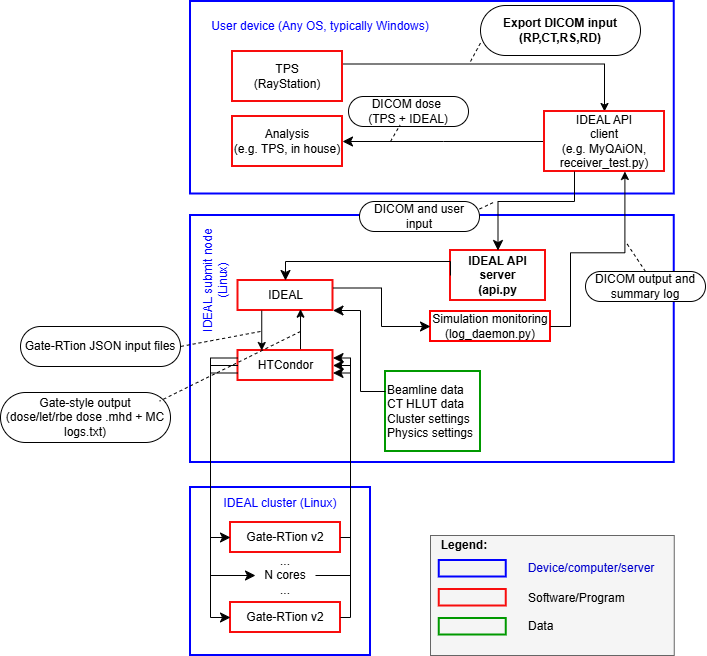
Above: docs/usage/IDEAL_api_workflow.png in OpenGATE/IDEAL (draw.io), before the change. Source tidied: cells renumbered, new cells last; positions are measured from the earlier drawing's top-left corner, leaving out a move shared by most shapes. Source of this version:
```xml
<mxGraphModel>
  <root>
    <mxCell id="0" />
    <mxCell id="1" parent="0" />
    <mxCell id="2" style="rounded=0;whiteSpace=wrap;html=1;fillColor=#f5f5f5;fontColor=#333333;strokeColor=#666666;" parent="1" vertex="1">
      <mxGeometry x="430" y="534" width="243.8" height="120" as="geometry" />
    </mxCell>
    <mxCell id="3" style="rounded=0;whiteSpace=wrap;html=1;fillColor=none;strokeWidth=2;strokeColor=#0000FF;" parent="1" vertex="1">
      <mxGeometry x="190" y="486" width="180" height="168" as="geometry" />
    </mxCell>
    <mxCell id="4" style="rounded=0;whiteSpace=wrap;html=1;fillColor=none;strokeWidth=2;strokeColor=#0000FF;" parent="1" vertex="1">
      <mxGeometry x="190" y="214" width="483.8" height="247" as="geometry" />
    </mxCell>
    <mxCell id="5" style="rounded=0;whiteSpace=wrap;html=1;fillColor=none;strokeWidth=2;strokeColor=#0000FF;" parent="1" vertex="1">
      <mxGeometry x="190" width="483.8" height="192.5" as="geometry" />
    </mxCell>
    <mxCell id="6" style="edgeStyle=orthogonalEdgeStyle;rounded=0;jettySize=auto;html=1;exitX=1;exitY=0.25;exitDx=0;exitDy=0;entryX=0.5;entryY=0;entryDx=0;entryDy=0;" parent="1" edge="1" target="45">
      <mxGeometry relative="1" as="geometry">
        <mxPoint x="342" y="62.5" as="sourcePoint" />
      </mxGeometry>
    </mxCell>
    <mxCell id="7" value="TPS&lt;div&gt;(RayStation)&lt;/div&gt;" style="rounded=0;whiteSpace=wrap;html=1;strokeWidth=2;strokeColor=light-dark(#f80d0d, #ededed);" parent="1" vertex="1">
      <mxGeometry x="232" y="50" width="110" height="50" as="geometry" />
    </mxCell>
    <mxCell id="8" value="Analysis&lt;div&gt;(e.g. TPS, in house)&lt;/div&gt;" style="rounded=0;whiteSpace=wrap;html=1;strokeWidth=2;strokeColor=light-dark(#f80d0d, #ededed);" parent="1" vertex="1">
      <mxGeometry x="232" y="115" width="110" height="50" as="geometry" />
    </mxCell>
    <mxCell id="9" value="IDEAL" style="rounded=0;whiteSpace=wrap;html=1;strokeWidth=2;strokeColor=light-dark(#f80d0d, #ededed);" parent="1" vertex="1">
      <mxGeometry x="237.5" y="279" width="95" height="30" as="geometry" />
    </mxCell>
    <mxCell id="10" value="HTCondor" style="rounded=0;whiteSpace=wrap;html=1;strokeWidth=2;strokeColor=light-dark(#f80d0d, #ededed);" parent="1" vertex="1">
      <mxGeometry x="237.5" y="349" width="95" height="30" as="geometry" />
    </mxCell>
    <mxCell id="11" value="Gate-RTion v2" style="rounded=0;whiteSpace=wrap;html=1;strokeWidth=2;strokeColor=light-dark(#f80d0d, #ededed);" parent="1" vertex="1">
      <mxGeometry x="230" y="521" width="110" height="30" as="geometry" />
    </mxCell>
    <mxCell id="12" value="Gate-RTion v2" style="rounded=0;whiteSpace=wrap;html=1;strokeWidth=2;strokeColor=light-dark(#f80d0d, #ededed);" parent="1" vertex="1">
      <mxGeometry x="230" y="601" width="110" height="30" as="geometry" />
    </mxCell>
    <mxCell id="13" style="edgeStyle=elbowEdgeStyle;elbow=horizontal;endArrow=classic;html=1;curved=0;rounded=0;endSize=8;startSize=8;entryX=1;entryY=0.5;entryDx=0;entryDy=0;exitX=0;exitY=0.5;exitDx=0;exitDy=0;" parent="1" edge="1" source="45" target="8">
      <mxGeometry relative="1" as="geometry" />
    </mxCell>
    <mxCell id="14" value="Beamline data&lt;div&gt;CT HLUT data&lt;/div&gt;&lt;div&gt;Cluster settings&lt;/div&gt;&lt;div&gt;Physics settings&lt;/div&gt;" style="rounded=0;whiteSpace=wrap;html=1;fillColor=none;strokeWidth=2;strokeColor=#009900;align=left;" parent="1" vertex="1">
      <mxGeometry x="385" y="370" width="95" height="80" as="geometry" />
    </mxCell>
    <mxCell id="15" style="edgeStyle=elbowEdgeStyle;elbow=horizontal;endArrow=classic;html=1;curved=0;rounded=0;endSize=8;startSize=8;exitX=0;exitY=0.25;exitDx=0;exitDy=0;entryX=1;entryY=1;entryDx=0;entryDy=0;" parent="1" edge="1" source="14" target="9">
      <mxGeometry relative="1" as="geometry">
        <Array as="points">
          <mxPoint x="360" y="360" />
        </Array>
      </mxGeometry>
    </mxCell>
    <mxCell id="16" style="endArrow=classic;html=1;rounded=0;exitX=0.25;exitY=1;exitDx=0;exitDy=0;entryX=0.25;entryY=0;entryDx=0;entryDy=0;" parent="1" edge="1" source="9" target="10">
      <mxGeometry relative="1" as="geometry" />
    </mxCell>
    <mxCell id="17" style="endArrow=classic;html=1;rounded=0;entryX=0.658;entryY=0.956;entryDx=0;entryDy=0;entryPerimeter=0;" parent="1" edge="1" target="9">
      <mxGeometry relative="1" as="geometry">
        <mxPoint x="300" y="347.7" as="sourcePoint" />
      </mxGeometry>
    </mxCell>
    <mxCell id="18" value="...&lt;div&gt;N cores&lt;/div&gt;&lt;div&gt;...&lt;/div&gt;" style="text;html=1;whiteSpace=wrap;strokeColor=none;fillColor=none;align=center;verticalAlign=middle;rounded=0;" parent="1" vertex="1">
      <mxGeometry x="255" y="544" width="60" height="60" as="geometry" />
    </mxCell>
    <mxCell id="19" style="edgeStyle=elbowEdgeStyle;elbow=horizontal;endArrow=classic;html=1;curved=0;rounded=0;endSize=8;startSize=8;exitX=1;exitY=0.5;exitDx=0;exitDy=0;entryX=1;entryY=0.75;entryDx=0;entryDy=0;" parent="1" edge="1" source="11" target="10">
      <mxGeometry relative="1" as="geometry">
        <Array as="points">
          <mxPoint x="350" y="431" />
        </Array>
      </mxGeometry>
    </mxCell>
    <mxCell id="20" style="edgeStyle=elbowEdgeStyle;elbow=horizontal;endArrow=classic;html=1;curved=0;rounded=0;endSize=8;startSize=8;exitX=1;exitY=0.5;exitDx=0;exitDy=0;entryX=1;entryY=0.5;entryDx=0;entryDy=0;" parent="1" edge="1" source="18" target="10">
      <mxGeometry relative="1" as="geometry">
        <Array as="points">
          <mxPoint x="350" y="451" />
        </Array>
      </mxGeometry>
    </mxCell>
    <mxCell id="21" style="edgeStyle=elbowEdgeStyle;elbow=horizontal;endArrow=classic;html=1;curved=0;rounded=0;endSize=8;startSize=8;exitX=1;exitY=0.5;exitDx=0;exitDy=0;entryX=1;entryY=0.25;entryDx=0;entryDy=0;" parent="1" edge="1" source="12" target="10">
      <mxGeometry relative="1" as="geometry">
        <Array as="points">
          <mxPoint x="350" y="461" />
        </Array>
      </mxGeometry>
    </mxCell>
    <mxCell id="22" style="edgeStyle=elbowEdgeStyle;elbow=horizontal;endArrow=classic;html=1;curved=0;rounded=0;endSize=8;startSize=8;exitX=0;exitY=0.75;exitDx=0;exitDy=0;entryX=0;entryY=0.5;entryDx=0;entryDy=0;" parent="1" edge="1" source="10" target="11">
      <mxGeometry relative="1" as="geometry">
        <Array as="points">
          <mxPoint x="210" y="431" />
        </Array>
      </mxGeometry>
    </mxCell>
    <mxCell id="23" style="edgeStyle=elbowEdgeStyle;elbow=horizontal;endArrow=classic;html=1;curved=0;rounded=0;endSize=8;startSize=8;exitX=0;exitY=0.5;exitDx=0;exitDy=0;entryX=0;entryY=0.5;entryDx=0;entryDy=0;" parent="1" edge="1" source="10" target="18">
      <mxGeometry relative="1" as="geometry">
        <Array as="points">
          <mxPoint x="210" y="451" />
        </Array>
      </mxGeometry>
    </mxCell>
    <mxCell id="24" style="edgeStyle=elbowEdgeStyle;elbow=horizontal;endArrow=classic;html=1;curved=0;rounded=0;endSize=8;startSize=8;exitX=0;exitY=0.25;exitDx=0;exitDy=0;entryX=0;entryY=0.5;entryDx=0;entryDy=0;" parent="1" edge="1" source="10" target="12">
      <mxGeometry relative="1" as="geometry">
        <Array as="points">
          <mxPoint x="210" y="461" />
        </Array>
      </mxGeometry>
    </mxCell>
    <mxCell id="25" value="User device (Any OS, typically Windows)" style="text;html=1;whiteSpace=wrap;strokeColor=none;fillColor=none;align=center;verticalAlign=middle;rounded=0;fontColor=#0000FF;" parent="1" vertex="1">
      <mxGeometry x="200" y="10" width="240" height="30" as="geometry" />
    </mxCell>
    <mxCell id="26" value="&lt;span style=&quot;color: rgb(0, 0, 255);&quot;&gt;IDEAL submit node (Linux)&lt;/span&gt;" style="text;html=1;whiteSpace=wrap;strokeColor=none;fillColor=none;align=center;verticalAlign=middle;rounded=0;rotation=-90;" parent="1" vertex="1">
      <mxGeometry x="155" y="264" width="120" height="30" as="geometry" />
    </mxCell>
    <mxCell id="27" value="&lt;span style=&quot;color: rgb(0, 0, 255);&quot;&gt;IDEAL cluster (Linux)&lt;/span&gt;" style="text;html=1;whiteSpace=wrap;strokeColor=none;fillColor=none;align=center;verticalAlign=middle;rounded=0;rotation=0;" parent="1" vertex="1">
      <mxGeometry x="220" y="487" width="120" height="30" as="geometry" />
    </mxCell>
    <mxCell id="28" value="Gate-RTion JSON input files" style="rounded=1;whiteSpace=wrap;html=1;arcSize=50;" parent="1" vertex="1">
      <mxGeometry x="20" y="325" width="160" height="40" as="geometry" />
    </mxCell>
    <mxCell id="29" value="Gate-style output&lt;div&gt;(dose/let/rbe dose .mhd + MC logs.txt)&lt;/div&gt;" style="rounded=1;whiteSpace=wrap;html=1;arcSize=50;" parent="1" vertex="1">
      <mxGeometry y="391" width="170" height="50" as="geometry" />
    </mxCell>
    <mxCell id="30" value="DICOM dose&amp;nbsp;&lt;div&gt;(TPS + IDEAL)&lt;/div&gt;" style="rounded=1;whiteSpace=wrap;html=1;arcSize=50;" parent="1" vertex="1">
      <mxGeometry x="348" y="95" width="120" height="30" as="geometry" />
    </mxCell>
    <mxCell id="31" style="endArrow=none;dashed=1;html=1;rounded=0;entryX=1;entryY=0.5;entryDx=0;entryDy=0;" parent="1" edge="1" target="28">
      <mxGeometry relative="1" as="geometry">
        <mxPoint x="260" y="330" as="sourcePoint" />
      </mxGeometry>
    </mxCell>
    <mxCell id="32" style="endArrow=none;dashed=1;html=1;rounded=0;entryX=0.936;entryY=0.172;entryDx=0;entryDy=0;entryPerimeter=0;" parent="1" edge="1" target="29">
      <mxGeometry relative="1" as="geometry">
        <mxPoint x="300" y="330" as="sourcePoint" />
      </mxGeometry>
    </mxCell>
    <mxCell id="33" value="&lt;b&gt;Export DICOM input&lt;/b&gt;&lt;div&gt;&lt;b&gt;(RP,CT,RS,RD)&lt;/b&gt;&lt;/div&gt;" style="rounded=1;whiteSpace=wrap;html=1;arcSize=50;" parent="1" vertex="1">
      <mxGeometry x="480" y="4" width="160" height="50" as="geometry" />
    </mxCell>
    <mxCell id="34" style="endArrow=none;dashed=1;html=1;rounded=0;entryX=0;entryY=0.75;entryDx=0;entryDy=0;" parent="1" edge="1" target="33">
      <mxGeometry relative="1" as="geometry">
        <mxPoint x="470" y="60" as="sourcePoint" />
      </mxGeometry>
    </mxCell>
    <mxCell id="35" style="endArrow=none;dashed=1;html=1;rounded=0;entryX=0.429;entryY=0.956;entryDx=0;entryDy=0;entryPerimeter=0;" parent="1" edge="1" target="30">
      <mxGeometry relative="1" as="geometry">
        <mxPoint x="390" y="140" as="sourcePoint" />
      </mxGeometry>
    </mxCell>
    <mxCell id="36" value="&lt;b&gt;IDEAL API&lt;/b&gt;&lt;div&gt;&lt;b&gt;server&lt;/b&gt;&lt;/div&gt;&lt;div&gt;&lt;b&gt;(api.py&lt;/b&gt;&lt;/div&gt;" style="rounded=0;whiteSpace=wrap;html=1;strokeWidth=2;strokeColor=light-dark(#f80d0d, #ededed);rotation=0;" parent="1" vertex="1">
      <mxGeometry x="450" y="249" width="95" height="50" as="geometry" />
    </mxCell>
    <mxCell id="37" value="Simulation monitoring&lt;div&gt;(log_daemon.py)&lt;/div&gt;" style="rounded=0;whiteSpace=wrap;html=1;strokeWidth=2;strokeColor=#FF0000;" parent="1" vertex="1">
      <mxGeometry x="430" y="310" width="120" height="30" as="geometry" />
    </mxCell>
    <mxCell id="38" value="&amp;nbsp; &amp;nbsp; &amp;nbsp; &amp;nbsp;&amp;nbsp;" style="rounded=0;whiteSpace=wrap;html=1;fillColor=none;strokeWidth=2;strokeColor=#0000FF;" parent="1" vertex="1">
      <mxGeometry x="438.8" y="559" width="67" height="16.5" as="geometry" />
    </mxCell>
    <mxCell id="39" value="&lt;span style=&quot;color: rgb(0, 0, 204);&quot;&gt;Device/computer/server&lt;/span&gt;" style="text;html=1;whiteSpace=wrap;strokeColor=none;fillColor=none;align=center;verticalAlign=middle;rounded=0;" parent="1" vertex="1">
      <mxGeometry x="525.8" y="552" width="130" height="30" as="geometry" />
    </mxCell>
    <mxCell id="40" style="rounded=0;whiteSpace=wrap;html=1;strokeWidth=2;strokeColor=light-dark(#f80d0d, #ededed);fillColor=none;" parent="1" vertex="1">
      <mxGeometry x="438.8" y="588" width="67" height="16.5" as="geometry" />
    </mxCell>
    <mxCell id="41" value="Software/Program" style="text;html=1;whiteSpace=wrap;strokeColor=none;fillColor=none;align=left;verticalAlign=middle;rounded=0;" parent="1" vertex="1">
      <mxGeometry x="525.8" y="582.2" width="120" height="30" as="geometry" />
    </mxCell>
    <mxCell id="42" style="rounded=0;whiteSpace=wrap;html=1;fillColor=none;strokeWidth=2;strokeColor=#009900;align=left;" parent="1" vertex="1">
      <mxGeometry x="438.8" y="617" width="67" height="16.5" as="geometry" />
    </mxCell>
    <mxCell id="43" value="Data" style="text;html=1;whiteSpace=wrap;strokeColor=none;fillColor=none;align=left;verticalAlign=middle;rounded=0;" parent="1" vertex="1">
      <mxGeometry x="525.8" y="610.2" width="120" height="30" as="geometry" />
    </mxCell>
    <mxCell id="44" value="&lt;b&gt;Legend:&lt;/b&gt;" style="text;html=1;whiteSpace=wrap;strokeColor=none;fillColor=none;align=center;verticalAlign=middle;rounded=0;" parent="1" vertex="1">
      <mxGeometry x="433.8" y="529" width="60" height="30" as="geometry" />
    </mxCell>
    <mxCell id="45" value="IDEAL API&lt;div&gt;client&lt;/div&gt;&lt;div&gt;(e.g. MyQAiON, receiver_test.py)&lt;/div&gt;" style="rounded=0;whiteSpace=wrap;html=1;strokeWidth=2;strokeColor=light-dark(#f80d0d, #ededed);" parent="1" vertex="1">
      <mxGeometry x="544" y="110" width="120" height="60" as="geometry" />
    </mxCell>
    <mxCell id="46" style="edgeStyle=elbowEdgeStyle;elbow=vertical;endArrow=classic;html=1;curved=0;rounded=0;endSize=8;startSize=8;exitX=0.25;exitY=1;exitDx=0;exitDy=0;entryX=0.5;entryY=0;entryDx=0;entryDy=0;" parent="1" edge="1" source="45" target="36">
      <mxGeometry relative="1" as="geometry">
        <Array as="points">
          <mxPoint x="540" y="200" />
        </Array>
      </mxGeometry>
    </mxCell>
    <mxCell id="47" style="edgeStyle=elbowEdgeStyle;elbow=vertical;endArrow=classic;html=1;curved=0;rounded=0;endSize=8;startSize=8;entryX=0.5;entryY=0;entryDx=0;entryDy=0;exitX=0;exitY=0.5;exitDx=0;exitDy=0;" parent="1" edge="1" source="36" target="9">
      <mxGeometry relative="1" as="geometry">
        <Array as="points">
          <mxPoint x="310" y="260" />
        </Array>
      </mxGeometry>
    </mxCell>
    <mxCell id="48" style="edgeStyle=elbowEdgeStyle;elbow=horizontal;endArrow=classic;html=1;curved=0;rounded=0;endSize=8;startSize=8;exitX=1;exitY=0.25;exitDx=0;exitDy=0;" parent="1" edge="1" source="9" target="37">
      <mxGeometry relative="1" as="geometry" />
    </mxCell>
    <mxCell id="49" style="edgeStyle=orthogonalEdgeStyle;rounded=0;jettySize=auto;html=1;entryX=0.898;entryY=0.883;entryDx=0;entryDy=0;entryPerimeter=0;exitX=1;exitY=0.5;exitDx=0;exitDy=0;" parent="1" edge="1" source="37" target="5">
      <mxGeometry relative="1" as="geometry" />
    </mxCell>
    <mxCell id="50" value="DICOM and user input" style="rounded=1;whiteSpace=wrap;html=1;arcSize=50;" parent="1" vertex="1">
      <mxGeometry x="359" y="200" width="120" height="30" as="geometry" />
    </mxCell>
    <mxCell id="51" value="DICOM output and summary log" style="rounded=1;whiteSpace=wrap;html=1;arcSize=50;" parent="1" vertex="1">
      <mxGeometry x="585" y="270" width="120" height="30" as="geometry" />
    </mxCell>
    <mxCell id="52" style="endArrow=none;dashed=1;html=1;rounded=0;exitX=0.5;exitY=0;exitDx=0;exitDy=0;" parent="1" edge="1" source="51">
      <mxGeometry relative="1" as="geometry">
        <mxPoint x="625" y="240" as="targetPoint" />
      </mxGeometry>
    </mxCell>
    <mxCell id="53" style="endArrow=none;dashed=1;html=1;rounded=0;exitX=1;exitY=0.25;exitDx=0;exitDy=0;" parent="1" edge="1" source="50">
      <mxGeometry relative="1" as="geometry">
        <mxPoint x="495" y="200" as="targetPoint" />
      </mxGeometry>
    </mxCell>
  </root>
</mxGraphModel>
```
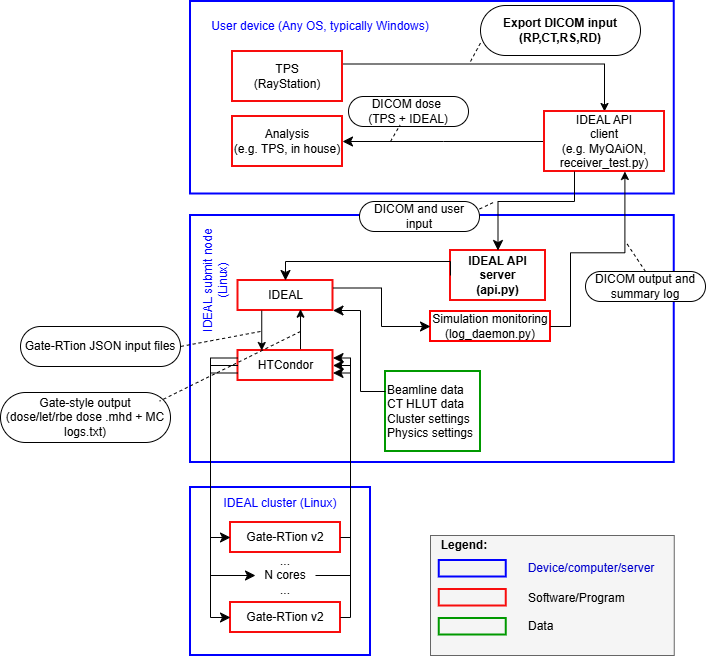
Above is the later version.

What changed in the source:
```diff
@@ -144,7 +144,7 @@
         <mxPoint x="390" y="140" as="sourcePoint" />
       </mxGeometry>
     </mxCell>
-    <mxCell id="36" value="&lt;b&gt;IDEAL API&lt;/b&gt;&lt;div&gt;&lt;b&gt;server&lt;/b&gt;&lt;/div&gt;&lt;div&gt;&lt;b&gt;(api.py&lt;/b&gt;&lt;/div&gt;" style="rounded=0;whiteSpace=wrap;html=1;strokeWidth=2;strokeColor=light-dark(#f80d0d, #ededed);rotation=0;" parent="1" vertex="1">
+    <mxCell id="36" value="&lt;b&gt;IDEAL API&lt;/b&gt;&lt;div&gt;&lt;b&gt;server&lt;/b&gt;&lt;/div&gt;&lt;div&gt;&lt;b&gt;(api.py)&lt;/b&gt;&lt;/div&gt;" style="rounded=0;whiteSpace=wrap;html=1;strokeWidth=2;strokeColor=light-dark(#f80d0d, #ededed);rotation=0;" parent="1" vertex="1">
       <mxGeometry x="450" y="249" width="95" height="50" as="geometry" />
     </mxCell>
     <mxCell id="37" value="Simulation monitoring&lt;div&gt;(log_daemon.py)&lt;/div&gt;" style="rounded=0;whiteSpace=wrap;html=1;strokeWidth=2;strokeColor=#FF0000;" parent="1" vertex="1">
```
